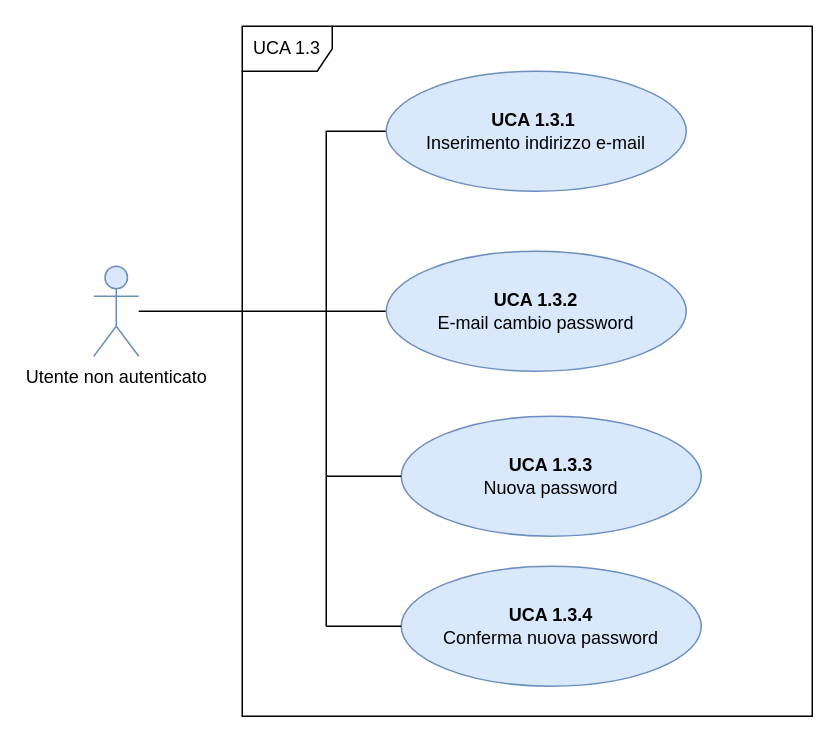
This is page "Page-2" (1 of 5) of DocumentazioneEsterna/AnalisiDeiRequisiti/Sezioni/UseCase/draw.io/UC APP/UCA1.3.drawio from qb-team/Stalker-Documentazione, a draw.io file, before an edit. Source tidied: cells renumbered, new cells numbered last; positions are measured from the earlier drawing's top-left corner, leaving out a move shared by most shapes. Both pictures are drawn from the tidied source at 150%, with x=0, y=0 at pixel (93, 26).
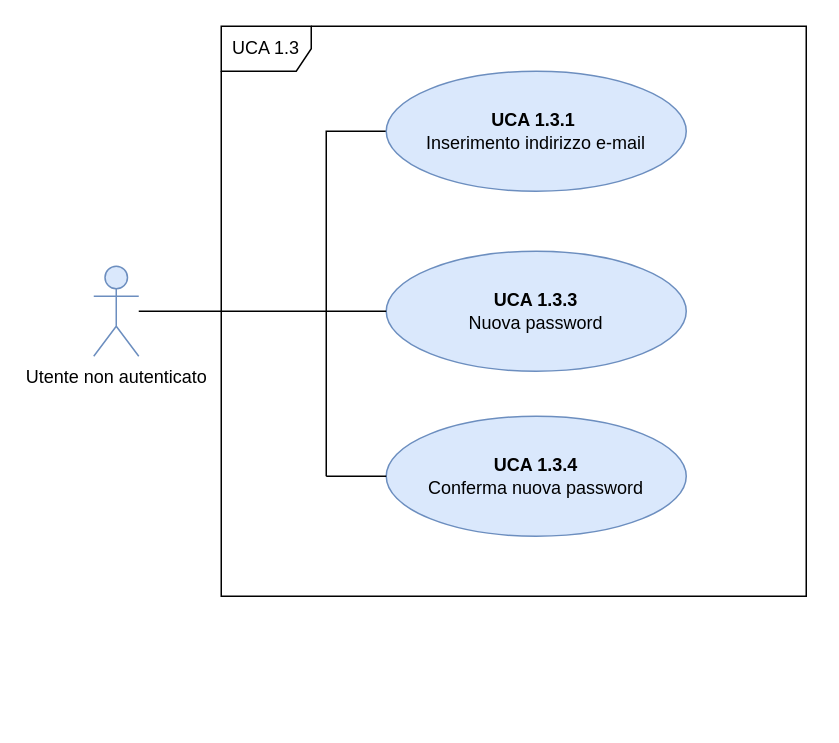
Above is the later version.

The edit, as a diff of the source:
```diff
@@
 <mxGraphModel>
   <root>
     <mxCell id="0" />
     <mxCell id="1" parent="0" />
-    <mxCell id="2" style="endArrow=none;html=1;entryX=0;entryY=0.5;entryDx=0;entryDy=0;" parent="1" edge="1" target="7">
-      <mxGeometry relative="1" as="geometry">
-        <mxPoint x="155" y="190" as="sourcePoint" />
-      </mxGeometry>
-    </mxCell>
     <mxCell id="3" style="edgeStyle=orthogonalEdgeStyle;rounded=0;jettySize=auto;html=1;entryX=0;entryY=0.5;entryDx=0;entryDy=0;endArrow=none;endFill=0;" parent="1" edge="1" source="4" target="6">
       <mxGeometry relative="1" as="geometry">
         <Array as="points">
           <mxPoint x="155" y="190" />
           <mxPoint x="155" y="70" />
         </Array>
       </mxGeometry>
     </mxCell>
     <mxCell id="4" value="Utente non autenticato" style="shape=umlActor;verticalLabelPosition=bottom;labelBackgroundColor=#ffffff;verticalAlign=top;html=1;outlineConnect=0;fillColor=#dae8fc;strokeColor=#6c8ebf;" parent="1" vertex="1">
       <mxGeometry y="160" width="30" height="60" as="geometry" />
     </mxCell>
     <mxCell id="5" value="UCA 1.3" style="shape=umlFrame;whiteSpace=wrap;html=1;" parent="1" vertex="1">
-      <mxGeometry x="99" width="380" height="460" as="geometry" />
+      <mxGeometry x="85" width="390" height="380" as="geometry" />
     </mxCell>
     <mxCell id="6" value="&lt;b&gt;UCA 1.3.1&amp;nbsp;&lt;/b&gt;&lt;br&gt;Inserimento indirizzo e-mail&lt;b&gt;&lt;br&gt;&lt;/b&gt;" style="ellipse;whiteSpace=wrap;html=1;fillColor=#dae8fc;strokeColor=#6c8ebf;" parent="1" vertex="1">
       <mxGeometry x="195" y="30" width="200" height="80" as="geometry" />
     </mxCell>
-    <mxCell id="7" value="&lt;b&gt;UCA 1.3.2&lt;/b&gt;&lt;br&gt;E-mail cambio password&lt;b&gt;&lt;br&gt;&lt;/b&gt;" style="ellipse;whiteSpace=wrap;html=1;fillColor=#dae8fc;strokeColor=#6c8ebf;" parent="1" vertex="1">
-      <mxGeometry x="195" y="150" width="200" height="80" as="geometry" />
-    </mxCell>
     <mxCell id="8" value="&lt;b&gt;UCA 1.3.3&lt;br&gt;&lt;/b&gt;Nuova password" style="ellipse;whiteSpace=wrap;html=1;fillColor=#dae8fc;strokeColor=#6c8ebf;" parent="1" vertex="1">
-      <mxGeometry x="205" y="260" width="200" height="80" as="geometry" />
+      <mxGeometry x="195" y="150" width="200" height="80" as="geometry" />
     </mxCell>
     <mxCell id="9" value="&lt;b&gt;UCA 1.3.4&lt;/b&gt;&lt;br&gt;Conferma nuova password" style="ellipse;whiteSpace=wrap;html=1;fillColor=#dae8fc;strokeColor=#6c8ebf;" parent="1" vertex="1">
-      <mxGeometry x="205" y="360" width="200" height="80" as="geometry" />
+      <mxGeometry x="195" y="260" width="200" height="80" as="geometry" />
     </mxCell>
     <mxCell id="10" style="endArrow=none;html=1;" parent="1" edge="1">
       <mxGeometry relative="1" as="geometry">
-        <mxPoint x="155" y="400" as="sourcePoint" />
+        <mxPoint x="155" y="300" as="sourcePoint" />
         <mxPoint x="155" y="190" as="targetPoint" />
       </mxGeometry>
     </mxCell>
     <mxCell id="11" style="endArrow=none;html=1;entryX=0;entryY=0.5;entryDx=0;entryDy=0;" parent="1" edge="1" target="8">
       <mxGeometry relative="1" as="geometry">
-        <mxPoint x="155" y="300" as="sourcePoint" />
+        <mxPoint x="155" y="190" as="sourcePoint" />
       </mxGeometry>
     </mxCell>
     <mxCell id="12" style="endArrow=none;html=1;entryX=0;entryY=0.5;entryDx=0;entryDy=0;" parent="1" edge="1" target="9">
       <mxGeometry relative="1" as="geometry">
-        <mxPoint x="155" y="400" as="sourcePoint" />
+        <mxPoint x="155" y="300" as="sourcePoint" />
       </mxGeometry>
     </mxCell>
   </root>
 </mxGraphModel>
```
